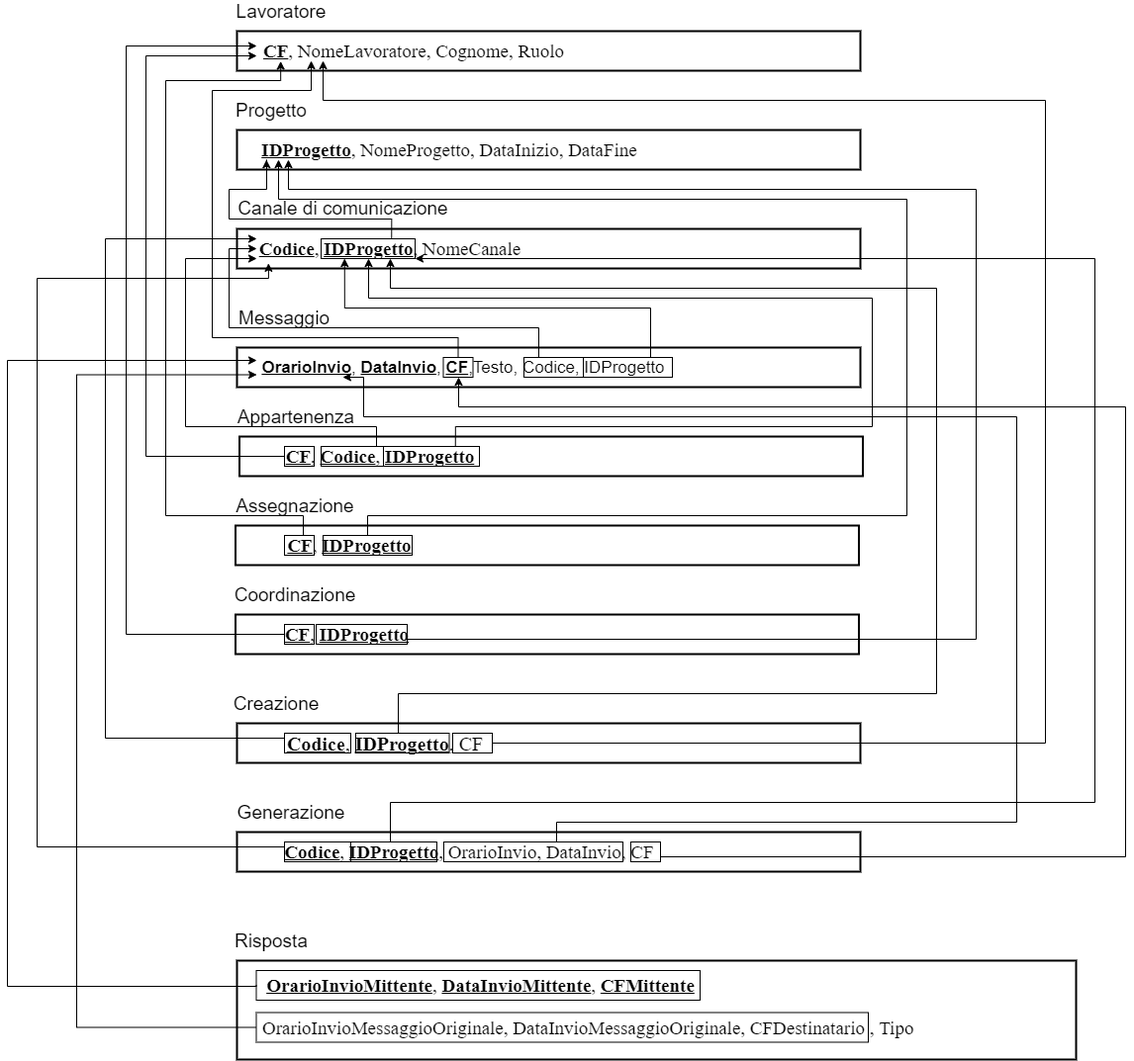
Before: Relazione/Schema ER/modello-relazionale.png, a diagram exported from draw.io (martafra/BD-Chat-Multicanale). Source tidied: cells renumbered, new cells last; positions are measured from the earlier drawing's top-left corner, leaving out a move shared by most shapes.
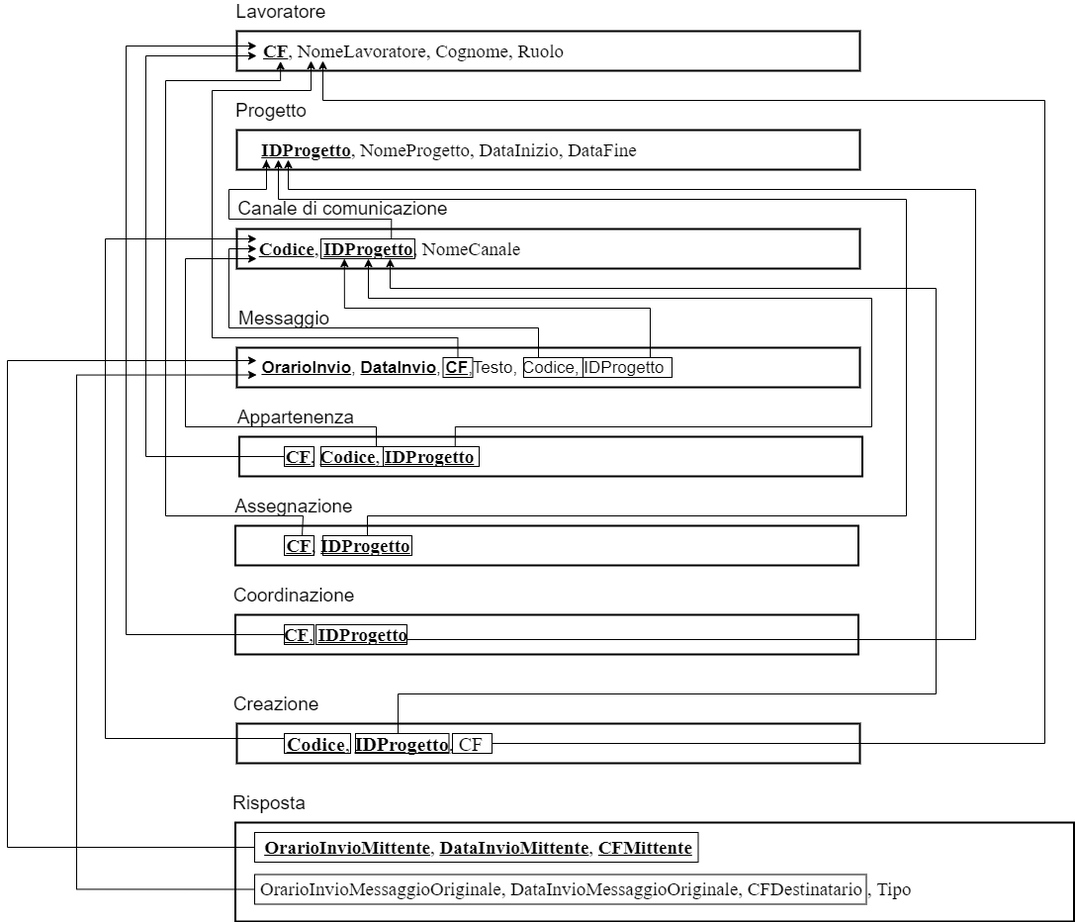
The same file after the commit.

Diff of the diagram source:
```diff
@@ -85,32 +85,22 @@
     <mxCell id="26" value="Creazione" style="text;html=1;strokeColor=none;fillColor=none;align=center;verticalAlign=middle;whiteSpace=wrap;rounded=0;fontFamily=Helvetica;fontSize=19;" parent="1" vertex="1">
       <mxGeometry x="232" y="700" width="80" height="20" as="geometry" />
     </mxCell>
-    <mxCell id="27" style="rounded=0;whiteSpace=wrap;html=1;fillColor=none;labelBorderColor=#000000;strokeWidth=2;" parent="1" vertex="1">
-      <mxGeometry x="232" y="840" width="630" height="40" as="geometry" />
-    </mxCell>
-    <mxCell id="28" value="&lt;u style=&quot;font-size: 19px&quot;&gt;&lt;span style=&quot;font-size: 19px ; line-height: 150% ; font-family: &amp;#34;times new roman&amp;#34; , serif&quot;&gt;&lt;b&gt;Codice&lt;/b&gt;&lt;/span&gt;&lt;/u&gt;&lt;span style=&quot;font-size: 19px ; line-height: 150% ; font-family: &amp;#34;times new roman&amp;#34; , serif&quot;&gt;, &lt;u style=&quot;font-size: 19px&quot;&gt;&lt;b&gt;IDProgetto&lt;/b&gt;&lt;/u&gt;, OrarioInvio, DataInvio, CF&lt;/span&gt;" style="text;html=1;strokeColor=none;fillColor=none;align=center;verticalAlign=middle;whiteSpace=wrap;rounded=0;fontFamily=Helvetica;fontSize=19;" parent="1" vertex="1">
-      <mxGeometry x="252" y="845" width="430" height="30" as="geometry" />
-    </mxCell>
-    <mxCell id="29" value="Generazione" style="text;html=1;strokeColor=none;fillColor=none;align=center;verticalAlign=middle;whiteSpace=wrap;rounded=0;fontFamily=Helvetica;fontSize=19;" parent="1" vertex="1">
-      <mxGeometry x="232" y="810" width="110" height="20" as="geometry" />
-    </mxCell>
     <mxCell id="30" style="edgeStyle=orthogonalEdgeStyle;rounded=0;jettySize=auto;html=1;exitX=0;exitY=0.5;exitDx=0;exitDy=0;fontFamily=Helvetica;fontSize=19;" parent="1" edge="1" source="67" target="12">
       <mxGeometry relative="1" as="geometry">
         <Array as="points">
-          <mxPoint x="252" y="996" />
-          <mxPoint y="996" />
+          <mxPoint y="855" />
           <mxPoint y="363" />
         </Array>
       </mxGeometry>
     </mxCell>
     <mxCell id="31" style="rounded=0;whiteSpace=wrap;html=1;fillColor=none;labelBorderColor=#000000;labelBackgroundColor=none;strokeWidth=2;" parent="1" vertex="1">
-      <mxGeometry x="232" y="970" width="848" height="100" as="geometry" />
+      <mxGeometry x="230.5" y="830" width="848" height="100" as="geometry" />
     </mxCell>
     <mxCell id="32" value="&lt;span style=&quot;font-size: 19px ; line-height: 150% ; font-family: &amp;#34;times new roman&amp;#34; , serif&quot;&gt;OrarioInvioMessaggioOriginale, DataInvioMessaggioOriginale, CFDestinatario , Tipo&lt;/span&gt;" style="text;html=1;strokeColor=none;fillColor=none;align=left;verticalAlign=middle;whiteSpace=wrap;rounded=0;fontFamily=Helvetica;fontSize=19;" parent="1" vertex="1">
-      <mxGeometry x="255.5" y="1022.5" width="714.5" height="30" as="geometry" />
+      <mxGeometry x="254" y="882.5" width="714.5" height="30" as="geometry" />
     </mxCell>
     <mxCell id="33" value="Risposta" style="text;html=1;strokeColor=none;fillColor=none;align=center;verticalAlign=middle;whiteSpace=wrap;rounded=0;fontFamily=Helvetica;fontSize=19;" parent="1" vertex="1">
-      <mxGeometry x="232" y="940" width="70" height="20" as="geometry" />
+      <mxGeometry x="230.5" y="800" width="70" height="20" as="geometry" />
     </mxCell>
     <mxCell id="34" style="edgeStyle=orthogonalEdgeStyle;rounded=0;jettySize=auto;html=1;exitX=0.75;exitY=0;exitDx=0;exitDy=0;fontFamily=Helvetica;fontSize=19;entryX=0.025;entryY=1.005;entryDx=0;entryDy=0;entryPerimeter=0;" parent="1" edge="1" source="35" target="7">
       <mxGeometry relative="1" as="geometry">
@@ -276,72 +266,22 @@
     <mxCell id="60" style="rounded=0;whiteSpace=wrap;html=1;fillColor=none;fontFamily=Helvetica;fontSize=19;align=left;" parent="1" vertex="1">
       <mxGeometry x="450" y="740" width="40" height="20" as="geometry" />
     </mxCell>
-    <mxCell id="61" style="edgeStyle=orthogonalEdgeStyle;rounded=0;jettySize=auto;html=1;exitX=0;exitY=0.25;exitDx=0;exitDy=0;entryX=0.044;entryY=1.241;entryDx=0;entryDy=0;entryPerimeter=0;fontFamily=Helvetica;fontSize=19;" parent="1" edge="1" source="62" target="10">
-      <mxGeometry relative="1" as="geometry">
-        <Array as="points">
-          <mxPoint x="30" y="855" />
-          <mxPoint x="30" y="280" />
-          <mxPoint x="264" y="280" />
-        </Array>
-      </mxGeometry>
-    </mxCell>
-    <mxCell id="62" style="rounded=0;whiteSpace=wrap;html=1;fillColor=none;fontFamily=Helvetica;fontSize=19;align=left;" parent="1" vertex="1">
-      <mxGeometry x="280" y="850" width="67" height="20" as="geometry" />
-    </mxCell>
-    <mxCell id="63" style="edgeStyle=orthogonalEdgeStyle;rounded=0;jettySize=auto;html=1;exitX=0.75;exitY=0;exitDx=0;exitDy=0;entryX=1;entryY=1;entryDx=0;entryDy=0;fontFamily=Helvetica;fontSize=19;" parent="1" edge="1" source="64" target="35">
-      <mxGeometry relative="1" as="geometry">
-        <Array as="points">
-          <mxPoint x="387" y="810" />
-          <mxPoint x="1099" y="810" />
-          <mxPoint x="1099" y="260" />
-        </Array>
-      </mxGeometry>
-    </mxCell>
-    <mxCell id="64" style="rounded=0;whiteSpace=wrap;html=1;fillColor=none;fontFamily=Helvetica;fontSize=19;align=left;" parent="1" vertex="1">
-      <mxGeometry x="347" y="850" width="87" height="20" as="geometry" />
-    </mxCell>
-    <mxCell id="65" style="edgeStyle=orthogonalEdgeStyle;rounded=0;jettySize=auto;html=1;exitX=1;exitY=0.75;exitDx=0;exitDy=0;fontFamily=Helvetica;fontSize=19;" parent="1" edge="1" source="66" target="37">
-      <mxGeometry relative="1" as="geometry">
-        <Array as="points">
-          <mxPoint x="1130" y="865" />
-          <mxPoint x="1130" y="410" />
-          <mxPoint x="456" y="410" />
-        </Array>
-      </mxGeometry>
-    </mxCell>
-    <mxCell id="66" style="rounded=0;whiteSpace=wrap;html=1;fillColor=none;fontFamily=Helvetica;fontSize=19;align=left;" parent="1" vertex="1">
-      <mxGeometry x="630" y="850" width="30" height="20" as="geometry" />
-    </mxCell>
     <mxCell id="67" style="rounded=0;whiteSpace=wrap;html=1;fillColor=none;fontFamily=Helvetica;fontSize=19;align=left;" parent="1" vertex="1">
-      <mxGeometry x="251.5" y="980" width="448.5" height="30" as="geometry" />
+      <mxGeometry x="250" y="840" width="448.5" height="30" as="geometry" />
     </mxCell>
     <mxCell id="68" style="edgeStyle=orthogonalEdgeStyle;rounded=0;jettySize=auto;html=1;exitX=0;exitY=0.5;exitDx=0;exitDy=0;entryX=0;entryY=0.75;entryDx=0;entryDy=0;fontFamily=Helvetica;fontSize=19;" parent="1" edge="1" source="69" target="12">
       <mxGeometry relative="1" as="geometry">
         <Array as="points">
-          <mxPoint x="70" y="1038" />
+          <mxPoint x="70" y="897" />
           <mxPoint x="70" y="378" />
         </Array>
       </mxGeometry>
     </mxCell>
     <mxCell id="69" style="rounded=0;whiteSpace=wrap;html=1;fillColor=none;fontFamily=Helvetica;fontSize=19;align=left;" parent="1" vertex="1">
-      <mxGeometry x="251.5" y="1022.5" width="618.5" height="30" as="geometry" />
+      <mxGeometry x="250" y="882.5" width="618.5" height="30" as="geometry" />
     </mxCell>
-    <mxCell id="70" style="edgeStyle=orthogonalEdgeStyle;rounded=0;jettySize=auto;html=1;exitX=0.75;exitY=0;exitDx=0;exitDy=0;fontFamily=Helvetica;fontSize=19;entryX=0.208;entryY=0.833;entryDx=0;entryDy=0;entryPerimeter=0;" parent="1" edge="1" source="71" target="12">
-      <mxGeometry relative="1" as="geometry">
-        <Array as="points">
-          <mxPoint x="555" y="830" />
-          <mxPoint x="1020" y="830" />
-          <mxPoint x="1020" y="420" />
-          <mxPoint x="360" y="420" />
-          <mxPoint x="360" y="380" />
-        </Array>
-      </mxGeometry>
-    </mxCell>
-    <mxCell id="71" style="rounded=0;whiteSpace=wrap;html=1;fillColor=none;fontFamily=Helvetica;fontSize=19;align=left;" parent="1" vertex="1">
-      <mxGeometry x="441" y="850" width="181" height="20" as="geometry" />
-    </mxCell>
     <mxCell id="72" value="&lt;u style=&quot;font-size: 19px ; text-align: left&quot;&gt;&lt;span style=&quot;line-height: 28.5px ; font-family: &amp;#34;times new roman&amp;#34; , serif&quot;&gt;&lt;b&gt;OrarioInvioMittente&lt;/b&gt;&lt;/span&gt;&lt;/u&gt;&lt;span style=&quot;font-size: 19px ; text-align: left ; line-height: 28.5px ; font-family: &amp;#34;times new roman&amp;#34; , serif&quot;&gt;,&amp;nbsp;&lt;u&gt;&lt;b&gt;DataInvioMittente&lt;/b&gt;&lt;/u&gt;,&amp;nbsp;&lt;u&gt;&lt;b&gt;CFMittente&lt;/b&gt;&lt;/u&gt;&lt;/span&gt;" style="text;html=1;strokeColor=none;fillColor=none;align=center;verticalAlign=middle;whiteSpace=wrap;rounded=0;" parent="1" vertex="1">
-      <mxGeometry x="255.5" y="985" width="444.5" height="20" as="geometry" />
+      <mxGeometry x="254" y="845" width="444.5" height="20" as="geometry" />
     </mxCell>
   </root>
 </mxGraphModel>
```
